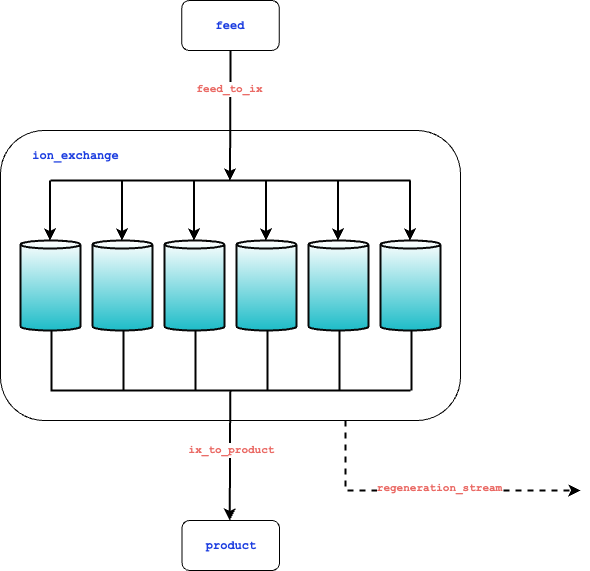
This is docs/_static/flowsheets/ion_exchange.png from watertap-org/watertap, a draw.io export, as it was before one commit. Source tidied: cells renumbered, new cells last; positions are measured from the earlier drawing's top-left corner, leaving out a move shared by most shapes.
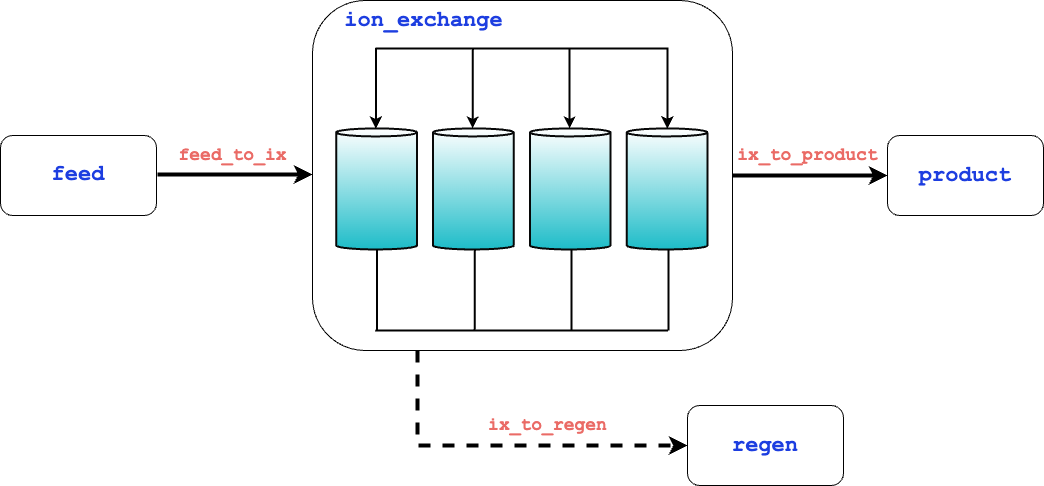
After the commit.

Commit message:
better fig; add regen block

The edit, as a diff of the source:
```diff
@@ -2,155 +2,121 @@
   <root>
     <mxCell id="0" />
     <mxCell id="1" parent="0" />
+    <mxCell id="34" style="group;" parent="1" vertex="1">
+      <mxGeometry x="-131" y="-100" width="1043" height="485" as="geometry" />
+    </mxCell>
+    <mxCell id="5" value="&lt;font size=&quot;1&quot; color=&quot;#1d3ee0&quot; face=&quot;Courier New&quot;&gt;&lt;b style=&quot;font-size: 22px;&quot;&gt;feed&lt;/b&gt;&lt;/font&gt;" style="rounded=1;whiteSpace=wrap;html=1;" parent="34" vertex="1">
+      <mxGeometry y="135" width="156" height="80" as="geometry" />
+    </mxCell>
+    <mxCell id="31" value="&lt;font face=&quot;Courier New&quot; color=&quot;#1d3ee0&quot; style=&quot;font-size: 22px;&quot;&gt;&lt;b style=&quot;font-size: 22px;&quot;&gt;product&lt;/b&gt;&lt;/font&gt;" style="rounded=1;whiteSpace=wrap;html=1;fontSize=22;" parent="34" vertex="1">
+      <mxGeometry x="887" y="135" width="156" height="80" as="geometry" />
+    </mxCell>
+    <mxCell id="35" style="rounded=0;jettySize=auto;html=1;exitX=1;exitY=0.5;exitDx=0;exitDy=0;strokeWidth=4;entryX=0;entryY=0.5;entryDx=0;entryDy=0;" parent="34" edge="1" source="2" target="31">
+      <mxGeometry relative="1" as="geometry" />
+    </mxCell>
+    <mxCell id="36" style="endArrow=classic;html=1;rounded=0;edgeStyle=elbowEdgeStyle;exitX=0.25;exitY=1;exitDx=0;exitDy=0;strokeWidth=4;dashed=1;" parent="34" edge="1" source="2">
+      <mxGeometry relative="1" as="geometry">
+        <mxPoint x="687" y="445" as="targetPoint" />
+        <Array as="points">
+          <mxPoint x="417" y="415" />
+        </Array>
+      </mxGeometry>
+    </mxCell>
+    <mxCell id="37" value="ix_to_regen" style="text;html=1;align=center;verticalAlign=middle;strokeColor=none;fillColor=none;fontFamily=Courier New;fontColor=#EA6B66;fontSize=18;fontStyle=1;" parent="34" vertex="1">
+      <mxGeometry x="477" y="405" width="140" height="40" as="geometry" />
+    </mxCell>
+    <mxCell id="4" value="&lt;font style=&quot;font-size: 18px;&quot;&gt;feed_to_ix&lt;/font&gt;" style="text;html=1;align=center;verticalAlign=middle;strokeColor=none;fillColor=none;fontFamily=Courier New;fontColor=#EA6B66;fontSize=22;fontStyle=1;" parent="34" vertex="1">
+      <mxGeometry x="167" y="135" width="130" height="40" as="geometry" />
+    </mxCell>
+    <mxCell id="8" value="ix_to_product" style="text;html=1;align=center;verticalAlign=middle;strokeColor=none;fillColor=none;fontFamily=Courier New;fontColor=#EA6B66;fontSize=18;fontStyle=1;" parent="34" vertex="1">
+      <mxGeometry x="727" y="135" width="160" height="40" as="geometry" />
+    </mxCell>
-    <mxCell id="2" style="rounded=1;whiteSpace=wrap;html=1;" parent="1" vertex="1">
-      <mxGeometry y="130" width="460" height="290" as="geometry" />
+    <mxCell id="2" style="rounded=1;whiteSpace=wrap;html=1;" parent="34" vertex="1">
+      <mxGeometry x="312" width="420" height="350" as="geometry" />
     </mxCell>
-    <mxCell id="3" style="endArrow=classic;html=1;rounded=0;strokeWidth=2;exitX=0.5;exitY=1;exitDx=0;exitDy=0;" parent="1" edge="1" source="5">
-      <mxGeometry relative="1" as="geometry">
-        <mxPoint x="229.5" y="180" as="targetPoint" />
-      </mxGeometry>
-    </mxCell>
-    <mxCell id="4" value="&lt;b&gt;&lt;font color=&quot;#ea6b66&quot; face=&quot;Courier New&quot;&gt;feed_to_ix&lt;/font&gt;&lt;/b&gt;" style="edgeLabel;html=1;align=center;verticalAlign=middle;horizontal=1;fontColor=#f10909;" parent="3" vertex="1">
-      <mxGeometry x="-0.4" y="-1" relative="1" as="geometry" />
-    </mxCell>
-    <mxCell id="5" value="&lt;font color=&quot;#1d3ee0&quot; face=&quot;Courier New&quot;&gt;&lt;b style=&quot;&quot;&gt;feed&lt;/b&gt;&lt;/font&gt;" style="rounded=1;whiteSpace=wrap;html=1;" parent="1" vertex="1">
-      <mxGeometry x="181.2" width="97.5" height="50" as="geometry" />
-    </mxCell>
-    <mxCell id="6" value="&lt;font color=&quot;#1d3ee0&quot; face=&quot;Courier New&quot;&gt;&lt;b style=&quot;&quot;&gt;ion_exchange&lt;/b&gt;&lt;/font&gt;" style="text;html=1;align=center;verticalAlign=middle;strokeColor=none;fillColor=none;" parent="1" vertex="1">
-      <mxGeometry x="20" y="140" width="110" height="30" as="geometry" />
+    <mxCell id="6" value="&lt;font style=&quot;font-size: 22px;&quot; color=&quot;#1d3ee0&quot; face=&quot;Courier New&quot;&gt;&lt;b style=&quot;font-size: 22px;&quot;&gt;ion_exchange&lt;/b&gt;&lt;/font&gt;" style="text;html=1;align=center;verticalAlign=middle;strokeColor=none;fillColor=none;fontSize=22;" parent="34" vertex="1">
+      <mxGeometry x="333.2" width="180" height="40" as="geometry" />
     </mxCell>
-    <mxCell id="7" style="endArrow=classic;html=1;rounded=0;strokeWidth=2;exitX=0.5;exitY=1;exitDx=0;exitDy=0;" parent="1" edge="1">
-      <mxGeometry relative="1" as="geometry">
-        <mxPoint x="229.8" y="390" as="sourcePoint" />
-        <mxPoint x="229.2" y="520" as="targetPoint" />
-      </mxGeometry>
-    </mxCell>
-    <mxCell id="8" value="&lt;b&gt;&lt;font face=&quot;Courier New&quot;&gt;ix_to_product&lt;/font&gt;&lt;/b&gt;" style="edgeLabel;html=1;align=center;verticalAlign=middle;horizontal=1;fontColor=#EA6B66;" parent="7" vertex="1">
-      <mxGeometry x="-0.4" y="-1" relative="1" as="geometry">
-        <mxPoint x="2" y="21" as="offset" />
-      </mxGeometry>
-    </mxCell>
-    <mxCell id="9" style="shape=cylinder3;whiteSpace=wrap;html=1;boundedLbl=1;backgroundOutline=1;size=4;fillColor=#FFFFFF;strokeColor=#070808;fillStyle=cross-hatch;fontColor=#ffffff;gradientColor=#1dbcc8;gradientDirection=south;strokeWidth=2;" parent="1" vertex="1">
-      <mxGeometry x="20" y="240" width="60" height="90" as="geometry" />
-    </mxCell>
-    <mxCell id="10" style="shape=cylinder3;whiteSpace=wrap;html=1;boundedLbl=1;backgroundOutline=1;size=4;fillColor=#FFFFFF;strokeColor=#070808;fillStyle=cross-hatch;fontColor=#ffffff;gradientColor=#1dbcc8;gradientDirection=south;strokeWidth=2;" parent="1" vertex="1">
-      <mxGeometry x="92" y="240" width="60" height="90" as="geometry" />
+    <mxCell id="10" style="shape=cylinder3;whiteSpace=wrap;html=1;boundedLbl=1;backgroundOutline=1;size=4;fillColor=#FFFFFF;strokeColor=#070808;fillStyle=cross-hatch;fontColor=#ffffff;gradientColor=#1dbcc8;gradientDirection=south;strokeWidth=2;" parent="34" vertex="1">
+      <mxGeometry x="335.7" y="127.9" width="80.7" height="121" as="geometry" />
     </mxCell>
-    <mxCell id="11" style="shape=cylinder3;whiteSpace=wrap;html=1;boundedLbl=1;backgroundOutline=1;size=4;fillColor=#FFFFFF;strokeColor=#070808;fillStyle=cross-hatch;fontColor=#ffffff;gradientColor=#1dbcc8;gradientDirection=south;strokeWidth=2;" parent="1" vertex="1">
-      <mxGeometry x="164" y="240" width="60" height="90" as="geometry" />
+    <mxCell id="11" style="shape=cylinder3;whiteSpace=wrap;html=1;boundedLbl=1;backgroundOutline=1;size=4;fillColor=#FFFFFF;strokeColor=#070808;fillStyle=cross-hatch;fontColor=#ffffff;gradientColor=#1dbcc8;gradientDirection=south;strokeWidth=2;" parent="34" vertex="1">
+      <mxGeometry x="432.6" y="127.9" width="80.7" height="121" as="geometry" />
     </mxCell>
-    <mxCell id="12" style="shape=cylinder3;whiteSpace=wrap;html=1;boundedLbl=1;backgroundOutline=1;size=4;fillColor=#FFFFFF;strokeColor=#070808;fillStyle=cross-hatch;fontColor=#ffffff;gradientColor=#1dbcc8;gradientDirection=south;strokeWidth=2;" parent="1" vertex="1">
-      <mxGeometry x="236" y="240" width="60" height="90" as="geometry" />
+    <mxCell id="12" style="shape=cylinder3;whiteSpace=wrap;html=1;boundedLbl=1;backgroundOutline=1;size=4;fillColor=#FFFFFF;strokeColor=#070808;fillStyle=cross-hatch;fontColor=#ffffff;gradientColor=#1dbcc8;gradientDirection=south;strokeWidth=2;" parent="34" vertex="1">
+      <mxGeometry x="529.4" y="127.9" width="80.7" height="121" as="geometry" />
     </mxCell>
-    <mxCell id="13" style="shape=cylinder3;whiteSpace=wrap;html=1;boundedLbl=1;backgroundOutline=1;size=4;fillColor=#FFFFFF;strokeColor=#070808;fillStyle=cross-hatch;fontColor=#ffffff;gradientColor=#1dbcc8;gradientDirection=south;strokeWidth=2;" parent="1" vertex="1">
-      <mxGeometry x="308" y="240" width="60" height="90" as="geometry" />
+    <mxCell id="13" style="shape=cylinder3;whiteSpace=wrap;html=1;boundedLbl=1;backgroundOutline=1;size=4;fillColor=#FFFFFF;strokeColor=#070808;fillStyle=cross-hatch;fontColor=#ffffff;gradientColor=#1dbcc8;gradientDirection=south;strokeWidth=2;" parent="34" vertex="1">
+      <mxGeometry x="626.2" y="127.9" width="80.7" height="121" as="geometry" />
     </mxCell>
-    <mxCell id="14" style="shape=cylinder3;whiteSpace=wrap;html=1;boundedLbl=1;backgroundOutline=1;size=4;fillColor=#FFFFFF;strokeColor=#070808;fillStyle=cross-hatch;fontColor=#ffffff;gradientColor=#1dbcc8;gradientDirection=south;strokeWidth=2;" parent="1" vertex="1">
-      <mxGeometry x="380" y="240" width="60" height="90" as="geometry" />
-    </mxCell>
-    <mxCell id="15" style="group;" parent="1" vertex="1">
-      <mxGeometry x="49.5" y="180" width="360.5" height="60" as="geometry" />
-    </mxCell>
-    <mxCell id="16" style="endArrow=classic;html=1;rounded=0;strokeWidth=2;" parent="15" edge="1">
-      <mxGeometry relative="1" as="geometry">
-        <mxPoint as="sourcePoint" />
-        <mxPoint y="60" as="targetPoint" />
-      </mxGeometry>
-    </mxCell>
-    <mxCell id="17" style="endArrow=classic;html=1;rounded=0;strokeWidth=2;" parent="15" edge="1">
+    <mxCell id="17" style="endArrow=classic;html=1;rounded=0;strokeWidth=2;" parent="34" edge="1">
       <mxGeometry relative="1" as="geometry">
-        <mxPoint x="72" as="sourcePoint" />
-        <mxPoint x="72" y="60" as="targetPoint" />
+        <mxPoint x="375.4" y="47.2" as="sourcePoint" />
+        <mxPoint x="375.4" y="127.9" as="targetPoint" />
       </mxGeometry>
     </mxCell>
-    <mxCell id="18" style="endArrow=classic;html=1;rounded=0;strokeWidth=2;" parent="15" edge="1">
+    <mxCell id="18" style="endArrow=classic;html=1;rounded=0;strokeWidth=2;" parent="34" edge="1">
       <mxGeometry relative="1" as="geometry">
-        <mxPoint x="144" as="sourcePoint" />
-        <mxPoint x="144" y="60" as="targetPoint" />
+        <mxPoint x="472.2" y="47.2" as="sourcePoint" />
+        <mxPoint x="472.2" y="127.9" as="targetPoint" />
       </mxGeometry>
     </mxCell>
-    <mxCell id="19" style="endArrow=classic;html=1;rounded=0;strokeWidth=2;" parent="15" edge="1">
+    <mxCell id="19" style="endArrow=classic;html=1;rounded=0;strokeWidth=2;" parent="34" edge="1">
       <mxGeometry relative="1" as="geometry">
-        <mxPoint x="216" as="sourcePoint" />
-        <mxPoint x="216" y="60" as="targetPoint" />
+        <mxPoint x="569.1" y="47.2" as="sourcePoint" />
+        <mxPoint x="569.1" y="127.9" as="targetPoint" />
       </mxGeometry>
     </mxCell>
-    <mxCell id="20" style="endArrow=classic;html=1;rounded=0;strokeWidth=2;" parent="15" edge="1">
+    <mxCell id="20" style="endArrow=classic;html=1;rounded=0;strokeWidth=2;" parent="34" edge="1">
       <mxGeometry relative="1" as="geometry">
-        <mxPoint x="288" as="sourcePoint" />
-        <mxPoint x="288" y="60" as="targetPoint" />
+        <mxPoint x="666.9" y="47.2" as="sourcePoint" />
+        <mxPoint x="666.9" y="127.9" as="targetPoint" />
       </mxGeometry>
     </mxCell>
-    <mxCell id="21" style="endArrow=classic;html=1;rounded=0;strokeWidth=2;" parent="15" edge="1">
-      <mxGeometry relative="1" as="geometry">
-        <mxPoint x="360" as="sourcePoint" />
-        <mxPoint x="360" y="60" as="targetPoint" />
-      </mxGeometry>
-    </mxCell>
-    <mxCell id="22" style="endArrow=none;html=1;rounded=0;strokeWidth=2;" parent="15" edge="1">
-      <mxGeometry relative="1" as="geometry">
-        <mxPoint x="0.5" as="sourcePoint" />
-        <mxPoint x="360.5" as="targetPoint" />
-      </mxGeometry>
-    </mxCell>
-    <mxCell id="23" style="group;rotation=-180;strokeWidth=2;" parent="1" vertex="1">
-      <mxGeometry x="50" y="330" width="360.5" height="60" as="geometry" />
-    </mxCell>
-    <mxCell id="24" style="endArrow=none;html=1;rounded=0;strokeWidth=2;endFill=0;" parent="23" edge="1">
-      <mxGeometry relative="1" as="geometry">
-        <mxPoint x="361" y="60" as="sourcePoint" />
-        <mxPoint x="361" as="targetPoint" />
-      </mxGeometry>
-    </mxCell>
-    <mxCell id="25" style="endArrow=none;html=1;rounded=0;strokeWidth=2;endFill=0;" parent="23" edge="1">
+    <mxCell id="25" style="endArrow=none;html=1;rounded=0;strokeWidth=2;endFill=0;" parent="34" edge="1">
       <mxGeometry relative="1" as="geometry">
-        <mxPoint x="289" y="60" as="sourcePoint" />
-        <mxPoint x="289" as="targetPoint" />
+        <mxPoint x="667.9" y="329.7" as="sourcePoint" />
+        <mxPoint x="667.9" y="249" as="targetPoint" />
       </mxGeometry>
     </mxCell>
-    <mxCell id="26" style="endArrow=none;html=1;rounded=0;strokeWidth=2;endFill=0;" parent="23" edge="1">
+    <mxCell id="26" style="endArrow=none;html=1;rounded=0;strokeWidth=2;endFill=0;" parent="34" edge="1">
       <mxGeometry relative="1" as="geometry">
-        <mxPoint x="217" y="60" as="sourcePoint" />
-        <mxPoint x="217" as="targetPoint" />
+        <mxPoint x="571.1" y="329.7" as="sourcePoint" />
+        <mxPoint x="571.1" y="249" as="targetPoint" />
       </mxGeometry>
     </mxCell>
-    <mxCell id="27" style="endArrow=none;html=1;rounded=0;strokeWidth=2;endFill=0;" parent="23" edge="1">
+    <mxCell id="27" style="endArrow=none;html=1;rounded=0;strokeWidth=2;endFill=0;" parent="34" edge="1">
       <mxGeometry relative="1" as="geometry">
-        <mxPoint x="145" y="60" as="sourcePoint" />
-        <mxPoint x="145" as="targetPoint" />
+        <mxPoint x="474.2" y="329.7" as="sourcePoint" />
+        <mxPoint x="474.2" y="249" as="targetPoint" />
       </mxGeometry>
     </mxCell>
-    <mxCell id="28" style="endArrow=none;html=1;rounded=0;strokeWidth=2;endFill=0;" parent="23" edge="1">
+    <mxCell id="28" style="endArrow=none;html=1;rounded=0;strokeWidth=2;endFill=0;" parent="34" edge="1">
       <mxGeometry relative="1" as="geometry">
-        <mxPoint x="73" y="60" as="sourcePoint" />
-        <mxPoint x="73" as="targetPoint" />
+        <mxPoint x="376.4" y="329.7" as="sourcePoint" />
+        <mxPoint x="376.4" y="249" as="targetPoint" />
       </mxGeometry>
     </mxCell>
-    <mxCell id="29" style="endArrow=none;html=1;rounded=0;strokeWidth=2;endFill=0;" parent="23" edge="1">
-      <mxGeometry relative="1" as="geometry">
-        <mxPoint x="1" y="60" as="sourcePoint" />
-        <mxPoint x="1" as="targetPoint" />
-      </mxGeometry>
-    </mxCell>
-    <mxCell id="30" style="endArrow=none;html=1;rounded=0;strokeWidth=2;" parent="23" edge="1">
+    <mxCell id="30" style="endArrow=none;html=1;rounded=1;strokeWidth=2;curved=0;" parent="34" edge="1">
       <mxGeometry relative="1" as="geometry">
-        <mxPoint x="360" y="60" as="sourcePoint" />
-        <mxPoint y="60" as="targetPoint" />
+        <mxPoint x="667.8" y="330" as="sourcePoint" />
+        <mxPoint x="374.8" y="330" as="targetPoint" />
       </mxGeometry>
     </mxCell>
-    <mxCell id="31" value="&lt;font color=&quot;#1d3ee0&quot; face=&quot;Courier New&quot;&gt;&lt;b style=&quot;&quot;&gt;product&lt;/b&gt;&lt;/font&gt;" style="rounded=1;whiteSpace=wrap;html=1;" parent="1" vertex="1">
-      <mxGeometry x="181.5" y="520" width="97.5" height="50" as="geometry" />
-    </mxCell>
-    <mxCell id="32" style="endArrow=classic;html=1;rounded=0;strokeWidth=2;edgeStyle=orthogonalEdgeStyle;exitX=0.75;exitY=1;exitDx=0;exitDy=0;dashed=1;" parent="1" edge="1" source="2">
-      <mxGeometry relative="1" as="geometry">
-        <mxPoint x="580" y="490" as="targetPoint" />
-        <Array as="points">
-          <mxPoint x="345" y="490" />
-        </Array>
-      </mxGeometry>
-    </mxCell>
-    <mxCell id="33" value="&lt;font color=&quot;#ea6b66&quot; face=&quot;Courier New&quot;&gt;&lt;b&gt;regeneration_stream&lt;/b&gt;&lt;/font&gt;" style="edgeLabel;html=1;align=center;verticalAlign=middle;fontColor=#7EA6E0;" parent="32" vertex="1">
-      <mxGeometry x="0.07" y="3" relative="1" as="geometry" />
-    </mxCell>
+    <mxCell id="38" style="endArrow=none;html=1;rounded=1;strokeWidth=2;curved=0;" parent="34" edge="1">
+      <mxGeometry relative="1" as="geometry">
+        <mxPoint x="667.8" y="48" as="sourcePoint" />
+        <mxPoint x="374.8" y="48" as="targetPoint" />
+      </mxGeometry>
+    </mxCell>
+    <mxCell id="39" style="rounded=0;orthogonalLoop=1;jettySize=auto;html=1;exitX=1;exitY=0.5;exitDx=0;exitDy=0;strokeWidth=4;entryX=0;entryY=0.5;entryDx=0;entryDy=0;" parent="34" edge="1">
+      <mxGeometry relative="1" as="geometry">
+        <mxPoint x="157" y="174" as="sourcePoint" />
+        <mxPoint x="312" y="174" as="targetPoint" />
+      </mxGeometry>
+    </mxCell>
+    <mxCell id="40" value="&lt;font face=&quot;Courier New&quot; color=&quot;#1d3ee0&quot; style=&quot;font-size: 22px;&quot;&gt;&lt;b style=&quot;font-size: 22px;&quot;&gt;regen&lt;/b&gt;&lt;/font&gt;" style="rounded=1;whiteSpace=wrap;html=1;fontSize=22;" parent="34" vertex="1">
+      <mxGeometry x="687" y="405" width="156" height="80" as="geometry" />
+    </mxCell>
   </root>
 </mxGraphModel>
```
